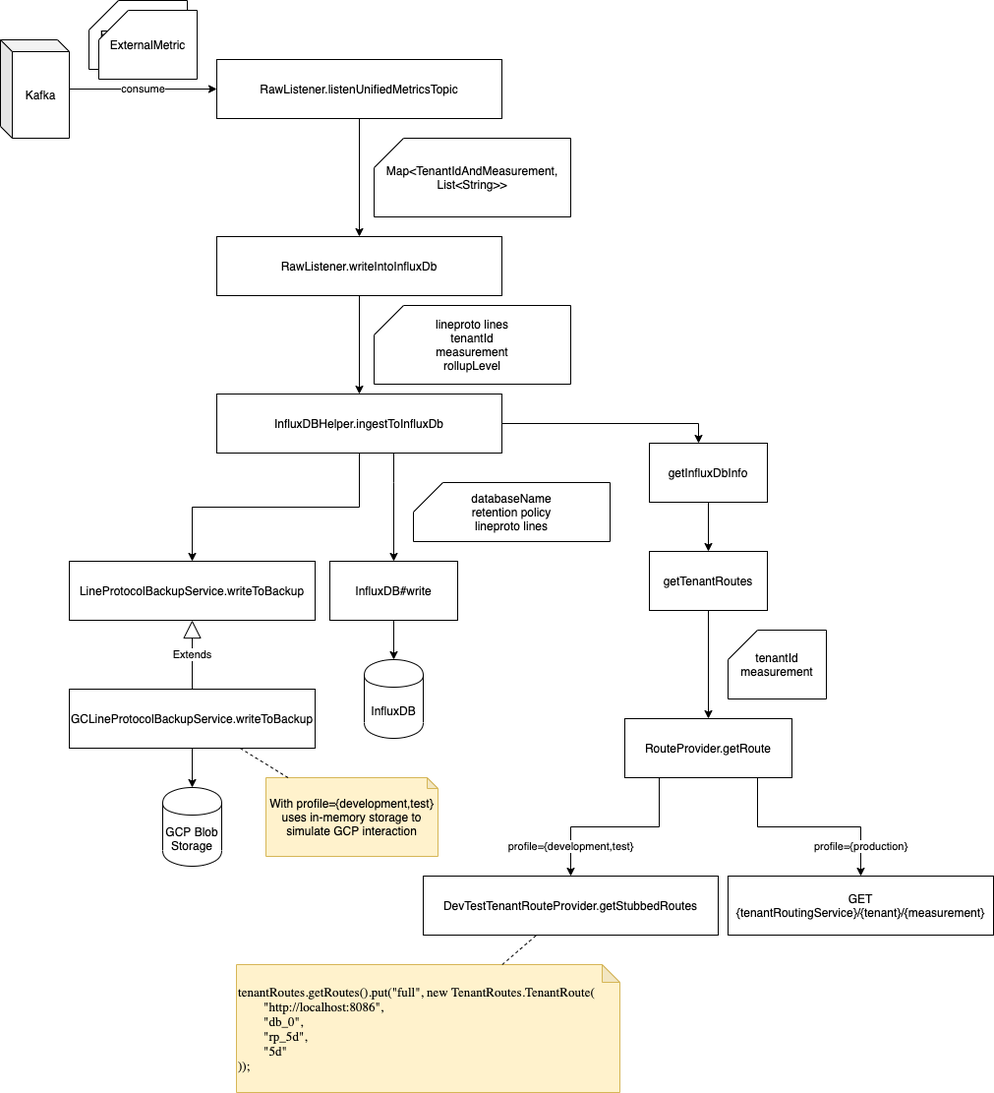
This is docs/code-flow-to-influxdb.drawio.png from rax-maas/ceres-ingestion-service, a draw.io export, as it was before one commit. Source tidied: cells renumbered, new cells last; positions are measured from the earlier drawing's top-left corner, leaving out a move shared by most shapes.
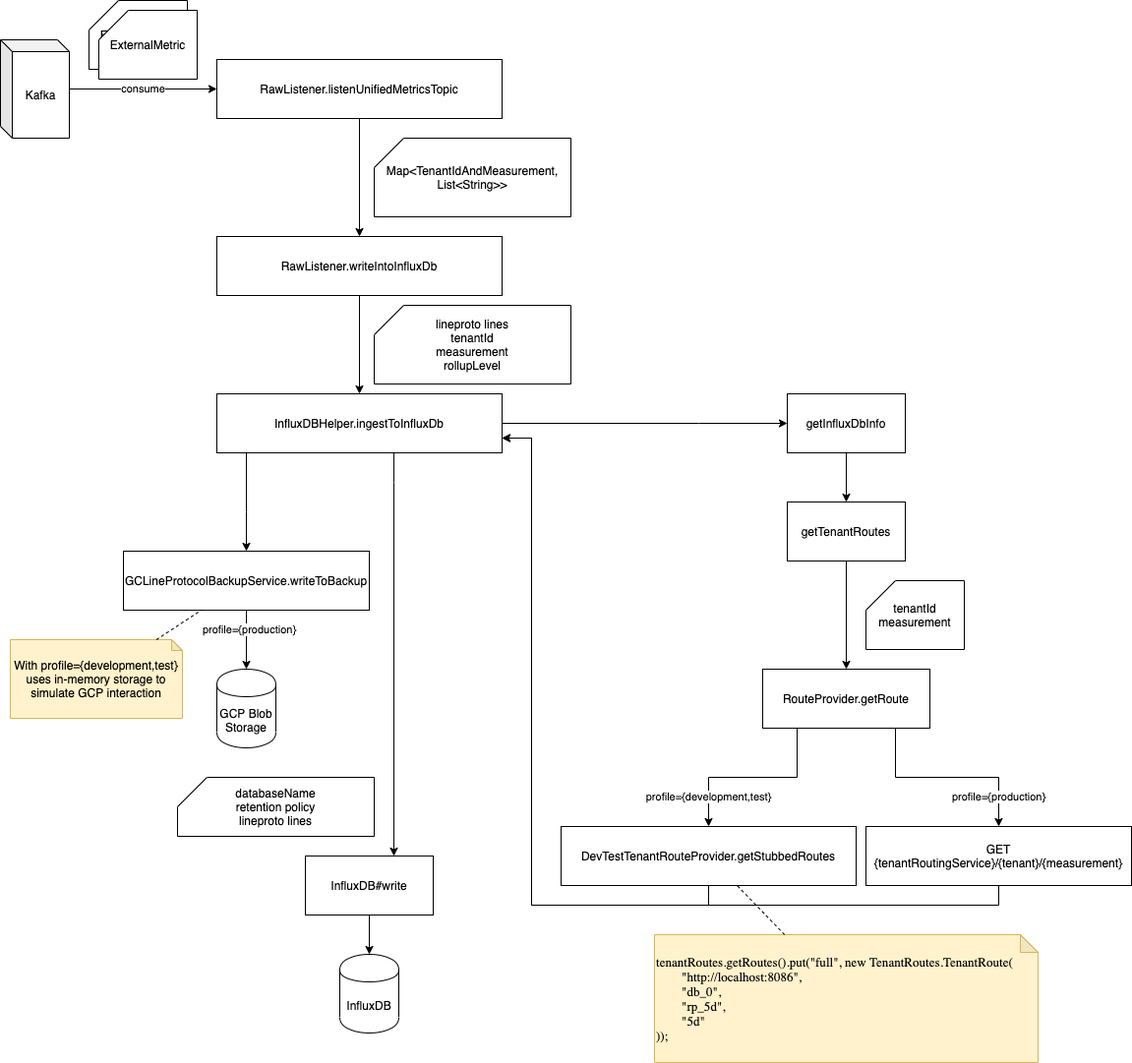
Above is the later version.

Commit message:
Clarified the getDbInfo call flow

What changed in the source:
```diff
@@ -41,8 +41,13 @@
         </Array>
       </mxGeometry>
     </mxCell>
-    <mxCell id="12" style="edgeStyle=orthogonalEdgeStyle;rounded=0;jettySize=auto;html=1;" parent="1" edge="1" source="13" target="30">
-      <mxGeometry relative="1" as="geometry" />
+    <mxCell id="12" style="edgeStyle=orthogonalEdgeStyle;rounded=0;jettySize=auto;html=1;" parent="1" edge="1" source="13" target="32">
+      <mxGeometry relative="1" as="geometry">
+        <Array as="points">
+          <mxPoint x="250" y="520" />
+          <mxPoint x="250" y="520" />
+        </Array>
+      </mxGeometry>
     </mxCell>
     <mxCell id="13" value="InfluxDBHelper.ingestToInfluxDb" style="rounded=0;whiteSpace=wrap;html=1;" parent="1" vertex="1">
       <mxGeometry x="220" y="400" width="290" height="60" as="geometry" />
@@ -51,13 +56,13 @@
       <mxGeometry relative="1" as="geometry" />
     </mxCell>
     <mxCell id="15" value="InfluxDB#write" style="rounded=0;whiteSpace=wrap;html=1;" parent="1" vertex="1">
-      <mxGeometry x="335" y="570" width="130" height="60" as="geometry" />
+      <mxGeometry x="310" y="870" width="130" height="60" as="geometry" />
     </mxCell>
     <mxCell id="16" value="InfluxDB" style="shape=cylinder;whiteSpace=wrap;html=1;boundedLbl=1;backgroundOutline=1;" parent="1" vertex="1">
-      <mxGeometry x="370" y="670" width="60" height="80" as="geometry" />
+      <mxGeometry x="345" y="970" width="60" height="80" as="geometry" />
     </mxCell>
     <mxCell id="17" value="databaseName&lt;br&gt;retention policy&lt;br&gt;lineproto lines" style="shape=card;whiteSpace=wrap;html=1;" parent="1" vertex="1">
-      <mxGeometry x="420" y="490" width="200" height="60" as="geometry" />
+      <mxGeometry x="180" y="790" width="200" height="60" as="geometry" />
     </mxCell>
     <mxCell id="18" value="lineproto lines&lt;br&gt;tenantId&lt;br&gt;measurement&lt;br&gt;rollupLevel" style="shape=card;whiteSpace=wrap;html=1;" parent="1" vertex="1">
       <mxGeometry x="380" y="310" width="200" height="80" as="geometry" />
@@ -66,65 +71,80 @@
       <mxGeometry relative="1" as="geometry" />
     </mxCell>
     <mxCell id="20" value="getInfluxDbInfo" style="rounded=0;whiteSpace=wrap;html=1;" parent="1" vertex="1">
-      <mxGeometry x="660" y="450" width="120" height="60" as="geometry" />
+      <mxGeometry x="800" y="400" width="120" height="60" as="geometry" />
     </mxCell>
     <mxCell id="21" style="edgeStyle=orthogonalEdgeStyle;rounded=0;jettySize=auto;html=1;" parent="1" edge="1" source="22" target="25">
       <mxGeometry relative="1" as="geometry" />
     </mxCell>
     <mxCell id="22" value="getTenantRoutes" style="rounded=0;whiteSpace=wrap;html=1;" parent="1" vertex="1">
-      <mxGeometry x="660" y="560" width="120" height="60" as="geometry" />
+      <mxGeometry x="800" y="510" width="120" height="60" as="geometry" />
     </mxCell>
     <mxCell id="23" value="profile={development,test}" style="edgeStyle=orthogonalEdgeStyle;rounded=0;jettySize=auto;html=1;" parent="1" edge="1" source="25" target="27">
       <mxGeometry x="0.68" relative="1" as="geometry">
         <Array as="points">
-          <mxPoint x="670" y="840" />
-          <mxPoint x="580" y="840" />
+          <mxPoint x="810" y="790" />
+          <mxPoint x="720" y="790" />
         </Array>
       </mxGeometry>
     </mxCell>
     <mxCell id="24" value="profile={production}" style="edgeStyle=orthogonalEdgeStyle;rounded=0;jettySize=auto;html=1;" parent="1" edge="1" source="25" target="28">
       <mxGeometry x="0.71" relative="1" as="geometry">
         <Array as="points">
-          <mxPoint x="770" y="840" />
-          <mxPoint x="875" y="840" />
+          <mxPoint x="910" y="790" />
+          <mxPoint x="1015" y="790" />
         </Array>
       </mxGeometry>
     </mxCell>
     <mxCell id="25" value="RouteProvider.getRoute" style="rounded=0;whiteSpace=wrap;html=1;" parent="1" vertex="1">
-      <mxGeometry x="635" y="730" width="170" height="60" as="geometry" />
+      <mxGeometry x="775" y="680" width="170" height="60" as="geometry" />
     </mxCell>
     <mxCell id="26" value="tenantId&lt;br&gt;measurement" style="shape=card;whiteSpace=wrap;html=1;" parent="1" vertex="1">
-      <mxGeometry x="740" y="640" width="100" height="70" as="geometry" />
+      <mxGeometry x="880" y="590" width="100" height="70" as="geometry" />
     </mxCell>
+    <mxCell id="39" style="edgeStyle=orthogonalEdgeStyle;rounded=0;jettySize=auto;html=1;entryX=1;entryY=0.75;entryDx=0;entryDy=0;" parent="1" edge="1" source="27" target="13">
+      <mxGeometry relative="1" as="geometry">
+        <Array as="points">
+          <mxPoint x="720" y="920" />
+          <mxPoint x="540" y="920" />
+          <mxPoint x="540" y="445" />
+        </Array>
+      </mxGeometry>
+    </mxCell>
     <mxCell id="27" value="DevTestTenantRouteProvider.getStubbedRoutes" style="rounded=0;whiteSpace=wrap;html=1;" parent="1" vertex="1">
-      <mxGeometry x="430" y="890" width="300" height="60" as="geometry" />
+      <mxGeometry x="570" y="840" width="300" height="60" as="geometry" />
     </mxCell>
+    <mxCell id="40" style="edgeStyle=orthogonalEdgeStyle;rounded=0;jettySize=auto;html=1;entryX=1;entryY=0.75;entryDx=0;entryDy=0;" parent="1" edge="1" source="28" target="13">
+      <mxGeometry relative="1" as="geometry">
+        <Array as="points">
+          <mxPoint x="1015" y="920" />
+          <mxPoint x="540" y="920" />
+          <mxPoint x="540" y="445" />
+        </Array>
+      </mxGeometry>
+    </mxCell>
     <mxCell id="28" value="GET {tenantRoutingService}/{tenant}/{measurement}" style="rounded=0;whiteSpace=wrap;html=1;" parent="1" vertex="1">
-      <mxGeometry x="740" y="890" width="270" height="60" as="geometry" />
+      <mxGeometry x="880" y="840" width="270" height="60" as="geometry" />
     </mxCell>
     <mxCell id="29" value="&lt;pre style=&quot;font-family: &amp;#34;jetbrains mono&amp;#34; ; font-size: 9.8pt&quot;&gt;&lt;span&gt;tenantRoutes&lt;/span&gt;.getRoutes().put(&lt;span&gt;&quot;full&quot;&lt;/span&gt;, &lt;span&gt;new &lt;/span&gt;&lt;span&gt;TenantRoutes&lt;/span&gt;.TenantRoute(&lt;br&gt;        &lt;span&gt;&quot;http://localhost:8086&quot;&lt;/span&gt;,&lt;br&gt;        &lt;span&gt;&quot;db_0&quot;&lt;/span&gt;,&lt;br&gt;        &lt;span&gt;&quot;rp_5d&quot;&lt;/span&gt;,&lt;br&gt;        &lt;span&gt;&quot;5d&quot;&lt;br&gt;&lt;/span&gt;));&lt;br&gt;&lt;/pre&gt;" style="shape=note;whiteSpace=wrap;html=1;backgroundOutline=1;darkOpacity=0.05;fillColor=#fff2cc;strokeColor=#d6b656;align=left;size=18;" parent="1" vertex="1">
-      <mxGeometry x="240" y="980" width="390" height="130" as="geometry" />
+      <mxGeometry x="665" y="950" width="390" height="130" as="geometry" />
     </mxCell>
-    <mxCell id="30" value="LineProtocolBackupService.writeToBackup" style="rounded=0;whiteSpace=wrap;html=1;" parent="1" vertex="1">
-      <mxGeometry x="70" y="570" width="250" height="60" as="geometry" />
-    </mxCell>
     <mxCell id="31" style="edgeStyle=orthogonalEdgeStyle;rounded=0;jettySize=auto;html=1;" parent="1" edge="1" source="32" target="34">
       <mxGeometry relative="1" as="geometry" />
     </mxCell>
+    <mxCell id="41" value="profile={production}" style="edgeLabel;html=1;align=center;verticalAlign=middle;" parent="31" vertex="1">
+      <mxGeometry x="-0.37" y="2" relative="1" as="geometry" />
+    </mxCell>
     <mxCell id="32" value="GCLineProtocolBackupService.writeToBackup" style="rounded=0;whiteSpace=wrap;html=1;" parent="1" vertex="1">
-      <mxGeometry x="70" y="700" width="250" height="60" as="geometry" />
+      <mxGeometry x="125" y="560" width="250" height="60" as="geometry" />
     </mxCell>
-    <mxCell id="33" value="Extends" style="endArrow=block;endSize=16;endFill=0;html=1;" parent="1" edge="1" source="32" target="30">
-      <mxGeometry relative="1" as="geometry" />
-    </mxCell>
     <mxCell id="34" value="GCP Blob Storage" style="shape=cylinder;whiteSpace=wrap;html=1;boundedLbl=1;backgroundOutline=1;" parent="1" vertex="1">
-      <mxGeometry x="165" y="800" width="60" height="80" as="geometry" />
+      <mxGeometry x="220" y="680" width="60" height="80" as="geometry" />
     </mxCell>
     <mxCell id="35" style="endArrow=none;dashed=1;html=1;" parent="1" edge="1" source="29" target="27">
       <mxGeometry relative="1" as="geometry" />
     </mxCell>
     <mxCell id="36" value="With profile={development,test} uses in-memory storage to simulate GCP interaction" style="shape=note;whiteSpace=wrap;html=1;backgroundOutline=1;darkOpacity=0.05;fillColor=#fff2cc;strokeColor=#d6b656;size=11;" parent="1" vertex="1">
-      <mxGeometry x="270" y="790" width="175" height="80" as="geometry" />
+      <mxGeometry x="10" y="650" width="175" height="80" as="geometry" />
     </mxCell>
     <mxCell id="37" style="endArrow=none;dashed=1;html=1;" parent="1" edge="1" source="36" target="32">
       <mxGeometry relative="1" as="geometry" />
```
